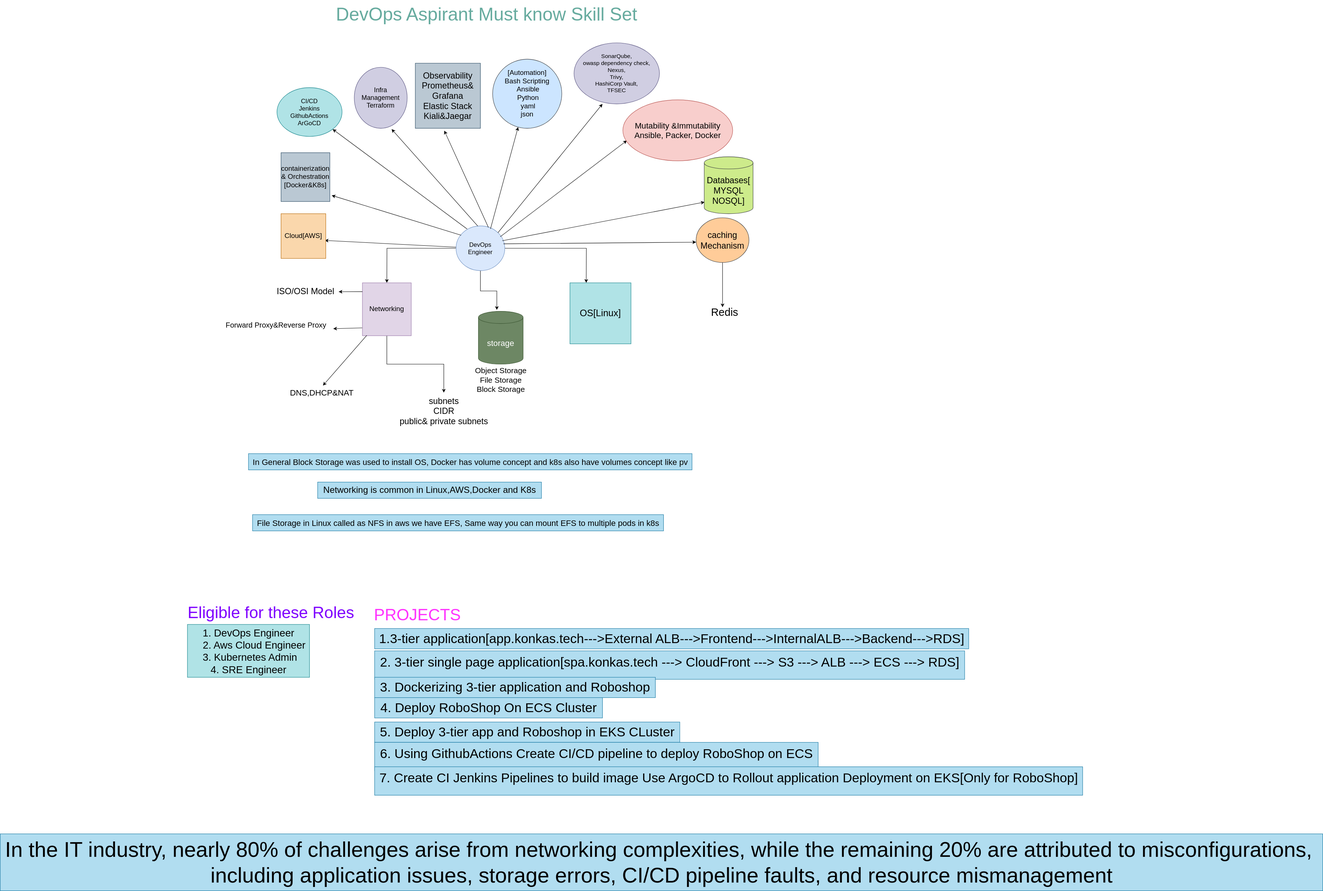
Above: devops-requirments.drawio.svg in ullagallu123/svg (draw.io), before the change. Source tidied: cells renumbered, new cells last; positions are measured from the earlier drawing's top-left corner, leaving out a move shared by most shapes.
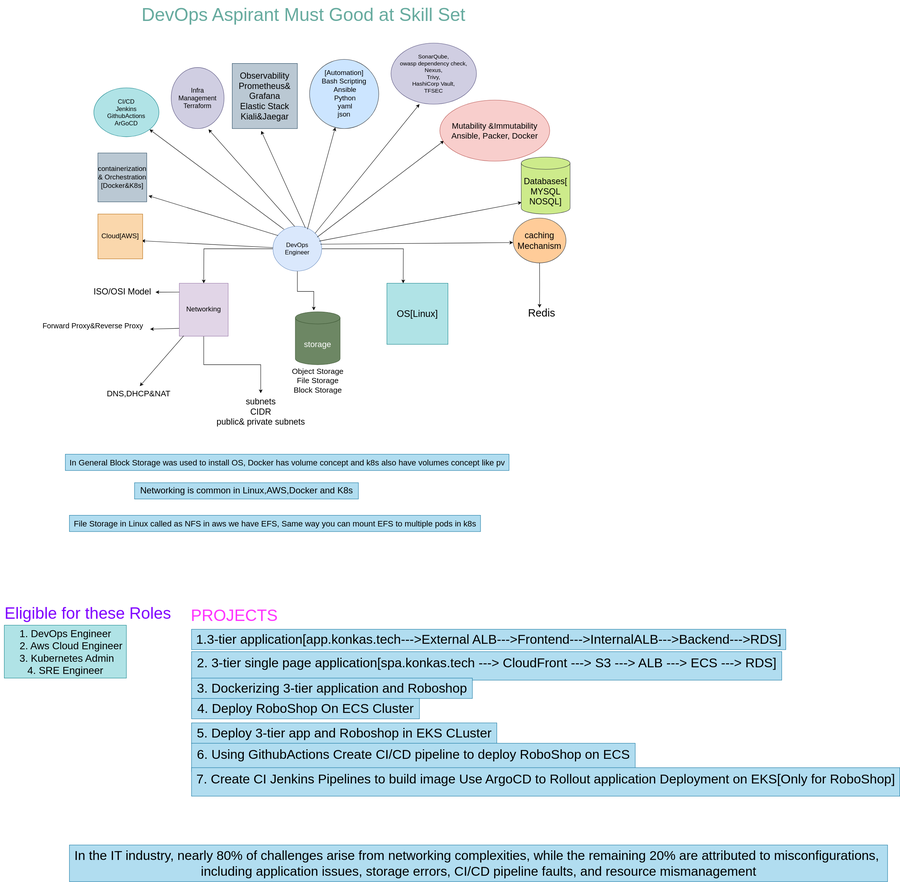
Above is the later version.

The edit, as a diff of the source:
```diff
@@ -109,8 +109,8 @@
     <mxCell id="34" value="&lt;font style=&quot;font-size: 21px;&quot;&gt;caching Mechanism&lt;/font&gt;" style="ellipse;whiteSpace=wrap;html=1;fillColor=#ffcc99;strokeColor=#36393d;" parent="1" vertex="1">
       <mxGeometry x="1710" y="535" width="130" height="110" as="geometry" />
     </mxCell>
-    <mxCell id="35" value="&lt;font color=&quot;#67ab9f&quot; style=&quot;font-size: 45px;&quot;&gt;DevOps Aspirant Must know Skill Set&lt;/font&gt;" style="text;html=1;align=center;verticalAlign=middle;strokeColor=none;fillColor=none;" parent="1" vertex="1">
-      <mxGeometry x="815" width="760" height="70" as="geometry" />
+    <mxCell id="35" value="&lt;font color=&quot;#67ab9f&quot; style=&quot;font-size: 45px;&quot;&gt;DevOps Aspirant Must Good at Skill Set&lt;/font&gt;" style="text;html=1;align=center;verticalAlign=middle;strokeColor=none;fillColor=none;" parent="1" vertex="1">
+      <mxGeometry x="785" width="820" height="70" as="geometry" />
     </mxCell>
     <mxCell id="36" style="endArrow=classic;html=1;rounded=0;exitX=0.906;exitY=0.243;exitDx=0;exitDy=0;fontStyle=1;exitPerimeter=0;flowAnimation=0;" parent="1" edge="1" source="5">
       <mxGeometry relative="1" as="geometry">
@@ -170,8 +170,8 @@
     <mxCell id="53" value="&lt;div&gt;&lt;span style=&quot;font-size: 32px;&quot;&gt;7. Create CI Jenkins Pipelines to build image Use ArgoCD to Rollout application Deployment on EKS[Only for RoboShop]&lt;/span&gt;&lt;/div&gt;&lt;div&gt;&lt;br&gt;&lt;/div&gt;" style="text;html=1;align=center;verticalAlign=middle;strokeColor=#10739e;fillColor=#b1ddf0;" parent="1" vertex="1">
       <mxGeometry x="920" y="1885" width="1740" height="70" as="geometry" />
     </mxCell>
-    <mxCell id="54" value="&lt;font style=&quot;font-size: 52px;&quot;&gt;In the IT industry, nearly 80% of challenges arise from networking complexities, while the remaining 20% are attributed to misconfigurations,&amp;nbsp;&lt;/font&gt;&lt;div&gt;&lt;font style=&quot;font-size: 52px;&quot;&gt;including application issues, storage errors, CI/CD pipeline faults, and resource mismanagement&lt;/font&gt;&lt;/div&gt;" style="text;html=1;align=center;verticalAlign=middle;strokeColor=#10739e;fillColor=#b1ddf0;" parent="1" vertex="1">
-      <mxGeometry y="2050" width="3250" height="140" as="geometry" />
+    <mxCell id="54" value="&lt;font style=&quot;font-size: 32px;&quot;&gt;In the IT industry, nearly 80% of challenges arise from networking complexities, while the remaining 20% are attributed to misconfigurations,&amp;nbsp;&lt;/font&gt;&lt;div&gt;&lt;font style=&quot;font-size: 32px;&quot;&gt;including application issues, storage errors, CI/CD pipeline faults, and resource mismanagement&lt;/font&gt;&lt;/div&gt;" style="text;html=1;align=center;verticalAlign=middle;strokeColor=#10739e;fillColor=#b1ddf0;" parent="1" vertex="1">
+      <mxGeometry x="620" y="2075" width="2010" height="90" as="geometry" />
     </mxCell>
   </root>
 </mxGraphModel>
```
